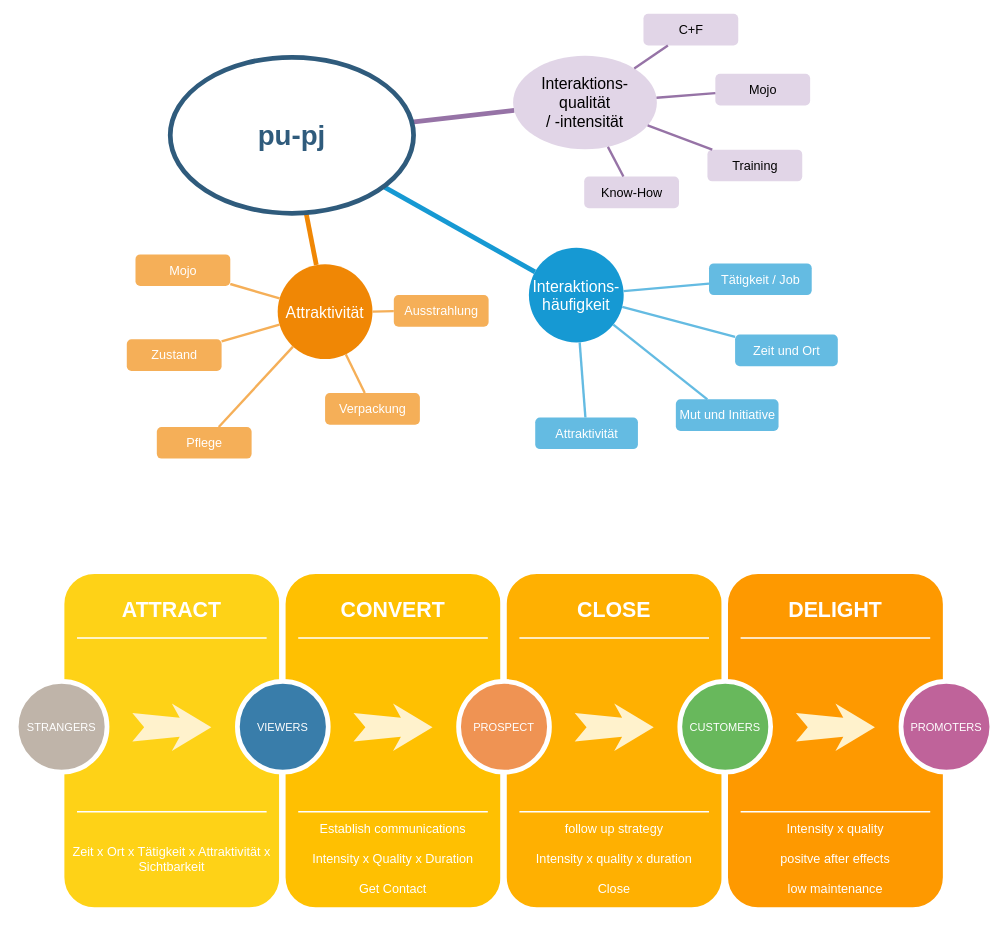
chischte/pu-pj keeps this draw.io diagram as strategy.drawio. Above is the earlier version. Source tidied: cells renumbered, new cells numbered last; positions are measured from the earlier drawing's top-left corner, leaving out a move shared by most shapes. Both pictures are drawn from the tidied source at 79%, with x=0, y=0 at pixel (16, 13).
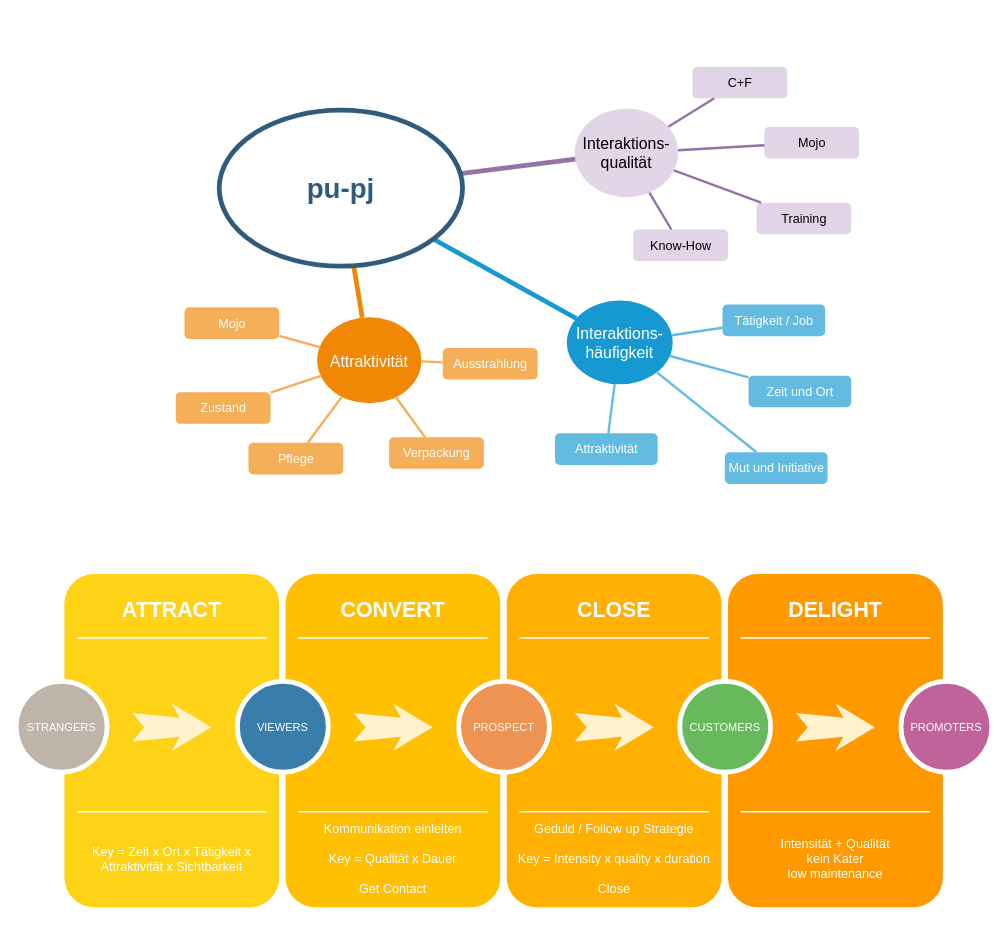
The same diagram, later.

The edit, as a diff of the source:
```diff
@@
     <mxCell id="2" value="Interaktions-&lt;br&gt;häufigkeit" style="ellipse;whiteSpace=wrap;html=1;shadow=0;fontFamily=Helvetica;fontSize=20;fontColor=#FFFFFF;align=center;strokeWidth=3;fillColor=#1699D3;strokeColor=none;" parent="1" vertex="1">
-      <mxGeometry x="649" y="296" width="120" height="120" as="geometry" />
+      <mxGeometry x="697" y="363" width="134" height="106" as="geometry" />
     </mxCell>
     <mxCell id="3" value="Attraktivität" style="ellipse;whiteSpace=wrap;html=1;shadow=0;fontFamily=Helvetica;fontSize=20;fontColor=#FFFFFF;align=center;strokeWidth=3;fillColor=#F08705;strokeColor=none;gradientColor=none;" parent="1" vertex="1">
-      <mxGeometry x="331" y="317" width="120" height="120" as="geometry" />
+      <mxGeometry x="381" y="384" width="132" height="109" as="geometry" />
     </mxCell>
-    <mxCell id="4" value="Interaktions-&lt;br&gt;qualität&lt;br&gt;/ -intensität" style="ellipse;whiteSpace=wrap;html=1;shadow=0;fontFamily=Helvetica;fontSize=20;align=center;strokeWidth=3;fillColor=#e1d5e7;strokeColor=none;" parent="1" vertex="1">
-      <mxGeometry x="629" y="53" width="182" height="118.5" as="geometry" />
+    <mxCell id="4" value="Interaktions-&lt;br&gt;qualität" style="ellipse;whiteSpace=wrap;html=1;shadow=0;fontFamily=Helvetica;fontSize=20;align=center;strokeWidth=3;fillColor=#e1d5e7;strokeColor=none;" parent="1" vertex="1">
+      <mxGeometry x="707" y="120" width="131" height="112" as="geometry" />
     </mxCell>
     <mxCell id="5" value="Verpackung" style="rounded=1;fillColor=#f5af58;strokeColor=none;strokeWidth=3;shadow=0;html=1;fontColor=#FFFFFF;fontSize=16;" parent="1" vertex="1">
-      <mxGeometry x="391" y="480" width="120" height="40" as="geometry" />
+      <mxGeometry x="472" y="536" width="120" height="40" as="geometry" />
     </mxCell>
@@
     <mxCell id="9" value="Attraktivität" style="rounded=1;fillColor=#64BBE2;strokeColor=none;strokeWidth=3;shadow=0;html=1;fontColor=#FFFFFF;fontSize=16;" parent="1" vertex="1">
-      <mxGeometry x="657" y="511" width="130" height="40" as="geometry" />
+      <mxGeometry x="682" y="531" width="130" height="40" as="geometry" />
     </mxCell>
     <mxCell id="10" value="Zeit und Ort" style="rounded=1;fillColor=#64BBE2;strokeColor=none;strokeWidth=3;shadow=0;html=1;fontColor=#FFFFFF;fontSize=16;" parent="1" vertex="1">
-      <mxGeometry x="910" y="406" width="130" height="40" as="geometry" />
+      <mxGeometry x="927" y="458" width="130" height="40" as="geometry" />
     </mxCell>
     <mxCell id="11" value="Mut und Initiative" style="rounded=1;fillColor=#64BBE2;strokeColor=none;strokeWidth=3;shadow=0;html=1;fontColor=#FFFFFF;fontSize=16;" parent="1" vertex="1">
-      <mxGeometry x="835" y="488" width="130" height="40" as="geometry" />
+      <mxGeometry x="897" y="555" width="130" height="40" as="geometry" />
     </mxCell>
@@
     <mxCell id="15" value="Pflege" style="rounded=1;fillColor=#f5af58;strokeColor=none;strokeWidth=3;shadow=0;html=1;fontColor=#FFFFFF;fontSize=16;" parent="1" vertex="1">
-      <mxGeometry x="178" y="523" width="120" height="40" as="geometry" />
+      <mxGeometry x="294" y="543" width="120" height="40" as="geometry" />
     </mxCell>
     <mxCell id="16" value="Zustand" style="rounded=1;fillColor=#f5af58;strokeColor=none;strokeWidth=3;shadow=0;html=1;fontColor=#FFFFFF;fontSize=16;" parent="1" vertex="1">
-      <mxGeometry x="140" y="412" width="120" height="40" as="geometry" />
+      <mxGeometry x="202" y="479" width="120" height="40" as="geometry" />
     </mxCell>
     <mxCell id="17" value="Ausstrahlung" style="rounded=1;fillColor=#f5af58;strokeColor=none;strokeWidth=3;shadow=0;html=1;fontColor=#FFFFFF;fontSize=16;" parent="1" vertex="1">
-      <mxGeometry x="478" y="356" width="120" height="40" as="geometry" />
+      <mxGeometry x="540" y="423" width="120" height="40" as="geometry" />
     </mxCell>
@@
     <mxCell id="22" style="edgeStyle=orthogonalEdgeStyle;rounded=0;jettySize=auto;html=1;fillColor=#e1d5e7;strokeColor=none;" parent="1" edge="1" source="23">
       <mxGeometry relative="1" as="geometry">
-        <mxPoint x="829.5" y="87" as="targetPoint" />
+        <mxPoint x="891.5" y="154" as="targetPoint" />
       </mxGeometry>
     </mxCell>
     <mxCell id="23" value="C+F" style="rounded=1;fillColor=#e1d5e7;strokeWidth=3;shadow=0;html=1;strokeColor=none;fontSize=16;" parent="1" vertex="1">
-      <mxGeometry x="794" width="120" height="40" as="geometry" />
+      <mxGeometry x="856" y="67" width="120" height="40" as="geometry" />
     </mxCell>
     <mxCell id="24" value="Know-How" style="rounded=1;fillColor=#e1d5e7;strokeWidth=3;shadow=0;html=1;strokeColor=none;fontSize=16;" parent="1" vertex="1">
-      <mxGeometry x="719" y="206" width="120" height="40" as="geometry" />
+      <mxGeometry x="781" y="273" width="120" height="40" as="geometry" />
     </mxCell>
     <mxCell id="25" value="Training" style="rounded=1;fillColor=#e1d5e7;strokeWidth=3;shadow=0;html=1;strokeColor=none;fontSize=16;" parent="1" vertex="1">
-      <mxGeometry x="875" y="172" width="120" height="40" as="geometry" />
+      <mxGeometry x="937" y="239" width="120" height="40" as="geometry" />
     </mxCell>
     <mxCell id="26" value="Mojo" style="rounded=1;fillColor=#e1d5e7;strokeWidth=3;shadow=0;html=1;strokeColor=none;fontSize=16;" parent="1" vertex="1">
-      <mxGeometry x="885" y="76" width="120" height="40" as="geometry" />
+      <mxGeometry x="947" y="143" width="120" height="40" as="geometry" />
     </mxCell>
@@
     <mxCell id="31" value="&lt;font style=&quot;font-size: 35px&quot;&gt;pu-pj&lt;/font&gt;" style="ellipse;whiteSpace=wrap;html=1;shadow=0;fontFamily=Helvetica;fontSize=30;fontColor=#2F5B7C;align=center;strokeColor=#2F5B7C;strokeWidth=6;fillColor=#FFFFFF;fontStyle=1;gradientColor=none;" parent="1" vertex="1">
-      <mxGeometry x="195" y="55" width="308" height="197.5" as="geometry" />
+      <mxGeometry x="257" y="122" width="308" height="197.5" as="geometry" />
     </mxCell>
@@
-    <mxCell id="34" value="Zeit x Ort x Tätigkeit x Attraktivität x Sichtbarkeit" style="text;html=1;strokeColor=none;fillColor=none;align=center;verticalAlign=middle;whiteSpace=wrap;rounded=0;shadow=0;fontSize=16;fontColor=#FFFFFF;" parent="1" vertex="1">
+    <mxCell id="34" value="Key = Zeit x Ort x Tätigkeit x Attraktivität x Sichtbarkeit" style="text;html=1;strokeColor=none;fillColor=none;align=center;verticalAlign=middle;whiteSpace=wrap;rounded=0;shadow=0;fontSize=16;fontColor=#FFFFFF;" parent="1" vertex="1">
       <mxGeometry x="57" y="1025" width="280" height="90" as="geometry" />
     </mxCell>
@@
-    <mxCell id="41" value="Establish communications&lt;br style=&quot;font-size: 16px;&quot;&gt;&lt;br style=&quot;font-size: 16px;&quot;&gt;Intensity x Quality x Duration&lt;br style=&quot;font-size: 16px;&quot;&gt;&lt;br style=&quot;font-size: 16px;&quot;&gt;Get Contact" style="text;html=1;strokeColor=none;fillColor=none;align=center;verticalAlign=middle;whiteSpace=wrap;rounded=0;shadow=0;fontSize=16;fontColor=#FFFFFF;" parent="1" vertex="1">
+    <mxCell id="41" value="Kommunikation einleiten&lt;br style=&quot;font-size: 16px&quot;&gt;&lt;br style=&quot;font-size: 16px&quot;&gt;Key = Qualität x Dauer&lt;br&gt;&lt;br style=&quot;font-size: 16px&quot;&gt;Get Contact" style="text;html=1;strokeColor=none;fillColor=none;align=center;verticalAlign=middle;whiteSpace=wrap;rounded=0;shadow=0;fontSize=16;fontColor=#FFFFFF;" parent="1" vertex="1">
       <mxGeometry x="337" y="1025" width="280" height="90" as="geometry" />
     </mxCell>
@@
-    <mxCell id="48" value="follow up strategy&lt;br style=&quot;font-size: 16px;&quot;&gt;&lt;br style=&quot;font-size: 16px;&quot;&gt;Intensity x quality x duration&lt;br style=&quot;font-size: 16px;&quot;&gt;&lt;br style=&quot;font-size: 16px;&quot;&gt;Close" style="text;html=1;strokeColor=none;fillColor=none;align=center;verticalAlign=middle;whiteSpace=wrap;rounded=0;shadow=0;fontSize=16;fontColor=#FFFFFF;" parent="1" vertex="1">
+    <mxCell id="48" value="Geduld / Follow up Strategie&lt;br style=&quot;font-size: 16px&quot;&gt;&lt;br style=&quot;font-size: 16px&quot;&gt;Key = Intensity x quality x duration&lt;br style=&quot;font-size: 16px&quot;&gt;&lt;br style=&quot;font-size: 16px&quot;&gt;Close" style="text;html=1;strokeColor=none;fillColor=none;align=center;verticalAlign=middle;whiteSpace=wrap;rounded=0;shadow=0;fontSize=16;fontColor=#FFFFFF;" parent="1" vertex="1">
       <mxGeometry x="617" y="1025" width="280" height="90" as="geometry" />
     </mxCell>
@@
-    <mxCell id="55" value="Intensity x quality&lt;br style=&quot;font-size: 16px;&quot;&gt;&lt;br style=&quot;font-size: 16px;&quot;&gt;positve after effects&lt;br style=&quot;font-size: 16px;&quot;&gt;&lt;br style=&quot;font-size: 16px;&quot;&gt;low maintenance" style="text;html=1;strokeColor=none;fillColor=none;align=center;verticalAlign=middle;whiteSpace=wrap;rounded=0;shadow=0;fontSize=16;fontColor=#FFFFFF;" parent="1" vertex="1">
+    <mxCell id="55" value="Intensität + Qualität&lt;br style=&quot;font-size: 16px&quot;&gt;kein Kater&lt;br style=&quot;font-size: 16px&quot;&gt;low maintenance" style="text;html=1;strokeColor=none;fillColor=none;align=center;verticalAlign=middle;whiteSpace=wrap;rounded=0;shadow=0;fontSize=16;fontColor=#FFFFFF;" parent="1" vertex="1">
       <mxGeometry x="897" y="1025" width="280" height="90" as="geometry" />
     </mxCell>
@@
     <mxCell id="61" value="Tätigkeit / Job" style="rounded=1;fillColor=#64BBE2;strokeColor=none;strokeWidth=3;shadow=0;html=1;fontColor=#FFFFFF;fontSize=16;" parent="1" vertex="1">
-      <mxGeometry x="877" y="316" width="130" height="40" as="geometry" />
+      <mxGeometry x="894" y="368" width="130" height="40" as="geometry" />
     </mxCell>
@@
     <mxCell id="64" value="Mojo" style="rounded=1;fillColor=#f5af58;strokeColor=none;strokeWidth=3;shadow=0;html=1;fontColor=#FFFFFF;fontSize=16;" parent="1" vertex="1">
-      <mxGeometry x="151" y="304.5" width="120" height="40" as="geometry" />
+      <mxGeometry x="213" y="371.5" width="120" height="40" as="geometry" />
     </mxCell>
```
